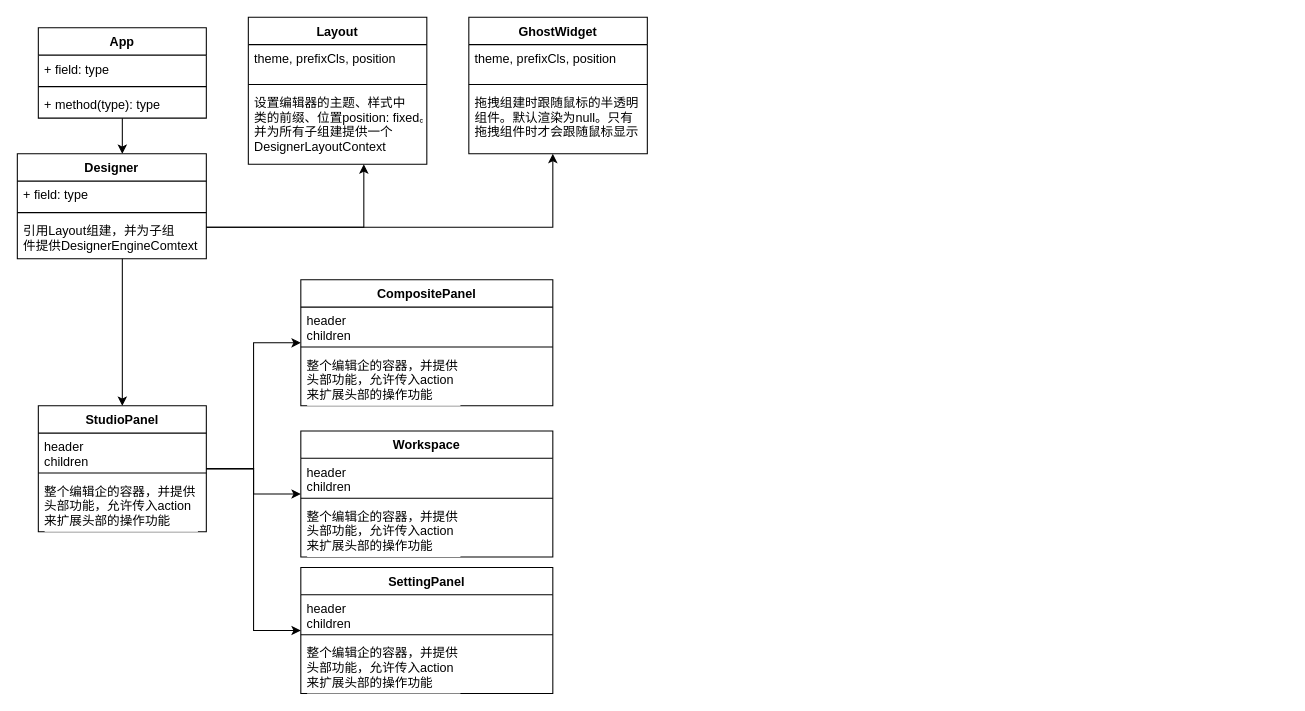
Above: page "第 2 页" (2 of 2) of designable.drawio in laogong5i0/app.diagrams (draw.io), before the change. Source tidied: cells renumbered, new cells numbered last; positions are measured from the earlier drawing's top-left corner, leaving out a move shared by most shapes. Both pictures are drawn from the tidied source at 105%, with x=0, y=0 at pixel (17, 17).
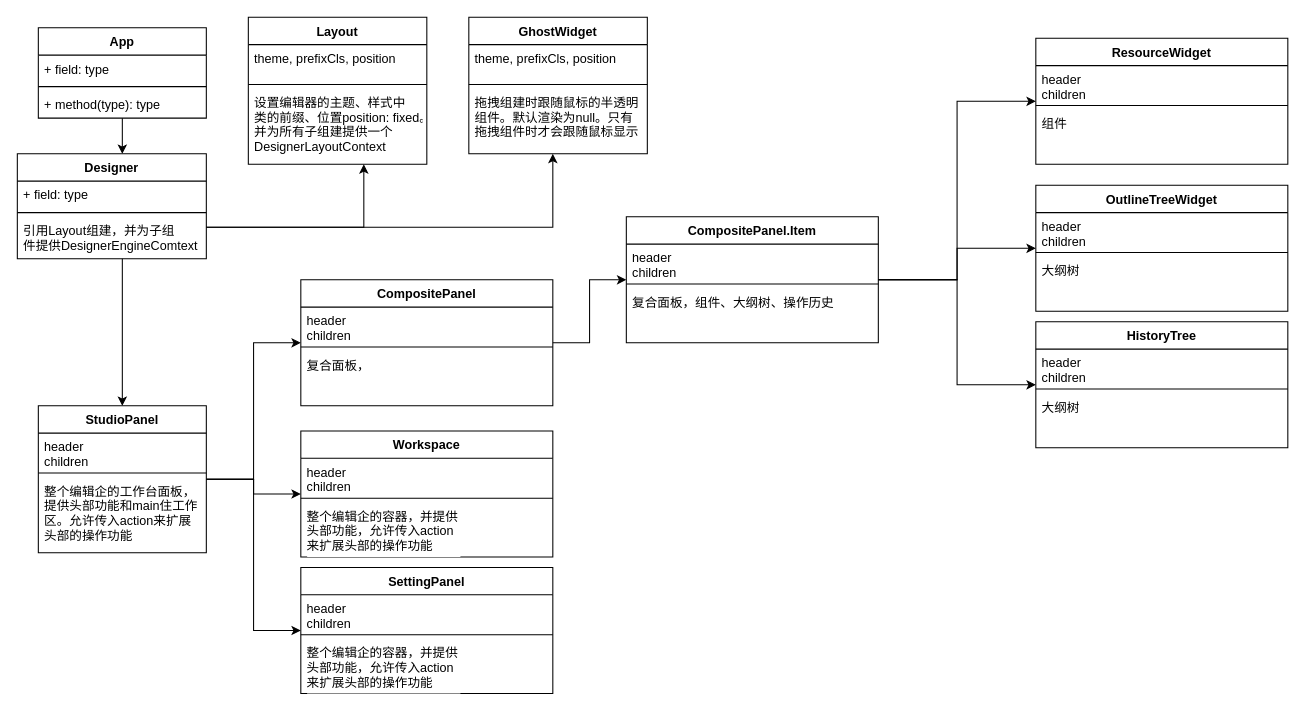
The same page after the edit.

Unchanged cells that the change refers to:
```xml
<mxCell id="20" value="CompositePanel" style="swimlane;fontStyle=1;align=center;verticalAlign=top;horizontal=1;startSize=26;labelBackgroundColor=#FFFFFF;fontFamily=Helvetica;fontColor=#000000;" parent="1" vertex="1">
  <mxGeometry x="270" y="250" width="240" height="120" as="geometry" />
</mxCell>
```

Change to the diagram source:
```diff
@@
     <mxCell id="16" value="StudioPanel" style="swimlane;fontStyle=1;align=center;verticalAlign=top;horizontal=1;startSize=26;labelBackgroundColor=#FFFFFF;fontFamily=Helvetica;fontColor=#000000;" parent="1" vertex="1">
-      <mxGeometry x="20" y="370" width="160" height="120" as="geometry" />
+      <mxGeometry x="20" y="370" width="160" height="140" as="geometry" />
     </mxCell>
@@
-    <mxCell id="19" value="整个编辑企的容器，并提供&#10;头部功能，允许传入action&#10;来扩展头部的操作功能" style="text;strokeColor=none;fillColor=none;align=left;verticalAlign=top;spacingLeft=4;spacingRight=4;overflow=hidden;labelBackgroundColor=#FFFFFF;fontFamily=Helvetica;fontColor=#000000;" parent="16" vertex="1">
-      <mxGeometry y="68" width="160" height="52" as="geometry" />
+    <mxCell id="19" value="整个编辑企的工作台面板，&#10;提供头部功能和main住工作&#10;区。允许传入action来扩展&#10;头部的操作功能" style="text;strokeColor=none;fillColor=none;align=left;verticalAlign=top;spacingLeft=4;spacingRight=4;overflow=hidden;labelBackgroundColor=#FFFFFF;fontFamily=Helvetica;fontColor=#000000;" parent="16" vertex="1">
+      <mxGeometry y="68" width="160" height="72" as="geometry" />
     </mxCell>
+    <mxCell id="41" style="edgeStyle=elbowEdgeStyle;rounded=0;jettySize=auto;html=1;fontFamily=Helvetica;fontColor=#000000;" parent="1" edge="1" source="20" target="45">
+      <mxGeometry relative="1" as="geometry" />
+    </mxCell>
@@
-    <mxCell id="23" value="整个编辑企的容器，并提供&#10;头部功能，允许传入action&#10;来扩展头部的操作功能" style="text;strokeColor=none;fillColor=none;align=left;verticalAlign=top;spacingLeft=4;spacingRight=4;overflow=hidden;labelBackgroundColor=#FFFFFF;fontFamily=Helvetica;fontColor=#000000;" parent="20" vertex="1">
+    <mxCell id="23" value="复合面板，" style="text;strokeColor=none;fillColor=none;align=left;verticalAlign=top;spacingLeft=4;spacingRight=4;overflow=hidden;labelBackgroundColor=#FFFFFF;fontFamily=Helvetica;fontColor=#000000;" parent="20" vertex="1">
       <mxGeometry y="68" width="240" height="52" as="geometry" />
     </mxCell>
@@
+    <mxCell id="42" style="edgeStyle=elbowEdgeStyle;rounded=0;jettySize=auto;html=1;fontFamily=Helvetica;fontColor=#000000;" parent="1" edge="1" source="45" target="49">
+      <mxGeometry relative="1" as="geometry" />
+    </mxCell>
+    <mxCell id="43" style="edgeStyle=elbowEdgeStyle;rounded=0;jettySize=auto;html=1;fontFamily=Helvetica;fontColor=#000000;" parent="1" edge="1" source="45" target="53">
+      <mxGeometry relative="1" as="geometry" />
+    </mxCell>
+    <mxCell id="44" style="edgeStyle=elbowEdgeStyle;rounded=0;jettySize=auto;html=1;fontFamily=Helvetica;fontColor=#000000;" parent="1" edge="1" source="45" target="57">
+      <mxGeometry relative="1" as="geometry" />
+    </mxCell>
+    <mxCell id="45" value="CompositePanel.Item" style="swimlane;fontStyle=1;align=center;verticalAlign=top;horizontal=1;startSize=26;labelBackgroundColor=#FFFFFF;fontFamily=Helvetica;fontColor=#000000;" parent="1" vertex="1">
+      <mxGeometry x="580" y="190" width="240" height="120" as="geometry" />
+    </mxCell>
+    <mxCell id="46" value="header&#10;children" style="text;strokeColor=none;fillColor=none;align=left;verticalAlign=top;spacingLeft=4;spacingRight=4;overflow=hidden;labelBackgroundColor=#FFFFFF;fontFamily=Helvetica;fontColor=#000000;" parent="45" vertex="1">
+      <mxGeometry y="26" width="240" height="34" as="geometry" />
+    </mxCell>
+    <mxCell id="47" style="line;strokeWidth=1;fillColor=none;align=left;verticalAlign=middle;spacingTop=-1;spacingLeft=3;spacingRight=3;labelPosition=right;labelBackgroundColor=#FFFFFF;fontFamily=Helvetica;fontColor=#000000;" parent="45" vertex="1">
+      <mxGeometry y="60" width="240" height="8" as="geometry" />
+    </mxCell>
+    <mxCell id="48" value="复合面板，组件、大纲树、操作历史" style="text;strokeColor=none;fillColor=none;align=left;verticalAlign=top;spacingLeft=4;spacingRight=4;overflow=hidden;labelBackgroundColor=#FFFFFF;fontFamily=Helvetica;fontColor=#000000;" parent="45" vertex="1">
+      <mxGeometry y="68" width="240" height="52" as="geometry" />
+    </mxCell>
+    <mxCell id="49" value="ResourceWidget" style="swimlane;fontStyle=1;align=center;verticalAlign=top;horizontal=1;startSize=26;labelBackgroundColor=#FFFFFF;fontFamily=Helvetica;fontColor=#000000;" parent="1" vertex="1">
+      <mxGeometry x="970" y="20" width="240" height="120" as="geometry" />
+    </mxCell>
+    <mxCell id="50" value="header&#10;children" style="text;strokeColor=none;fillColor=none;align=left;verticalAlign=top;spacingLeft=4;spacingRight=4;overflow=hidden;labelBackgroundColor=#FFFFFF;fontFamily=Helvetica;fontColor=#000000;" parent="49" vertex="1">
+      <mxGeometry y="26" width="240" height="34" as="geometry" />
+    </mxCell>
+    <mxCell id="51" style="line;strokeWidth=1;fillColor=none;align=left;verticalAlign=middle;spacingTop=-1;spacingLeft=3;spacingRight=3;labelPosition=right;labelBackgroundColor=#FFFFFF;fontFamily=Helvetica;fontColor=#000000;" parent="49" vertex="1">
+      <mxGeometry y="60" width="240" height="8" as="geometry" />
+    </mxCell>
+    <mxCell id="52" value="组件" style="text;strokeColor=none;fillColor=none;align=left;verticalAlign=top;spacingLeft=4;spacingRight=4;overflow=hidden;labelBackgroundColor=#FFFFFF;fontFamily=Helvetica;fontColor=#000000;" parent="49" vertex="1">
+      <mxGeometry y="68" width="240" height="52" as="geometry" />
+    </mxCell>
+    <mxCell id="53" value="OutlineTreeWidget" style="swimlane;fontStyle=1;align=center;verticalAlign=top;horizontal=1;startSize=26;labelBackgroundColor=#FFFFFF;fontFamily=Helvetica;fontColor=#000000;" parent="1" vertex="1">
+      <mxGeometry x="970" y="160" width="240" height="120" as="geometry" />
+    </mxCell>
+    <mxCell id="54" value="header&#10;children" style="text;strokeColor=none;fillColor=none;align=left;verticalAlign=top;spacingLeft=4;spacingRight=4;overflow=hidden;labelBackgroundColor=#FFFFFF;fontFamily=Helvetica;fontColor=#000000;" parent="53" vertex="1">
+      <mxGeometry y="26" width="240" height="34" as="geometry" />
+    </mxCell>
+    <mxCell id="55" style="line;strokeWidth=1;fillColor=none;align=left;verticalAlign=middle;spacingTop=-1;spacingLeft=3;spacingRight=3;labelPosition=right;labelBackgroundColor=#FFFFFF;fontFamily=Helvetica;fontColor=#000000;" parent="53" vertex="1">
+      <mxGeometry y="60" width="240" height="8" as="geometry" />
+    </mxCell>
+    <mxCell id="56" value="大纲树" style="text;strokeColor=none;fillColor=none;align=left;verticalAlign=top;spacingLeft=4;spacingRight=4;overflow=hidden;labelBackgroundColor=#FFFFFF;fontFamily=Helvetica;fontColor=#000000;" parent="53" vertex="1">
+      <mxGeometry y="68" width="240" height="52" as="geometry" />
+    </mxCell>
+    <mxCell id="57" value="HistoryTree" style="swimlane;fontStyle=1;align=center;verticalAlign=top;horizontal=1;startSize=26;labelBackgroundColor=#FFFFFF;fontFamily=Helvetica;fontColor=#000000;" parent="1" vertex="1">
+      <mxGeometry x="970" y="290" width="240" height="120" as="geometry" />
+    </mxCell>
+    <mxCell id="58" value="header&#10;children" style="text;strokeColor=none;fillColor=none;align=left;verticalAlign=top;spacingLeft=4;spacingRight=4;overflow=hidden;labelBackgroundColor=#FFFFFF;fontFamily=Helvetica;fontColor=#000000;" parent="57" vertex="1">
+      <mxGeometry y="26" width="240" height="34" as="geometry" />
+    </mxCell>
+    <mxCell id="59" style="line;strokeWidth=1;fillColor=none;align=left;verticalAlign=middle;spacingTop=-1;spacingLeft=3;spacingRight=3;labelPosition=right;labelBackgroundColor=#FFFFFF;fontFamily=Helvetica;fontColor=#000000;" parent="57" vertex="1">
+      <mxGeometry y="60" width="240" height="8" as="geometry" />
+    </mxCell>
+    <mxCell id="60" value="大纲树" style="text;strokeColor=none;fillColor=none;align=left;verticalAlign=top;spacingLeft=4;spacingRight=4;overflow=hidden;labelBackgroundColor=#FFFFFF;fontFamily=Helvetica;fontColor=#000000;" parent="57" vertex="1">
+      <mxGeometry y="68" width="240" height="52" as="geometry" />
+    </mxCell>
```
